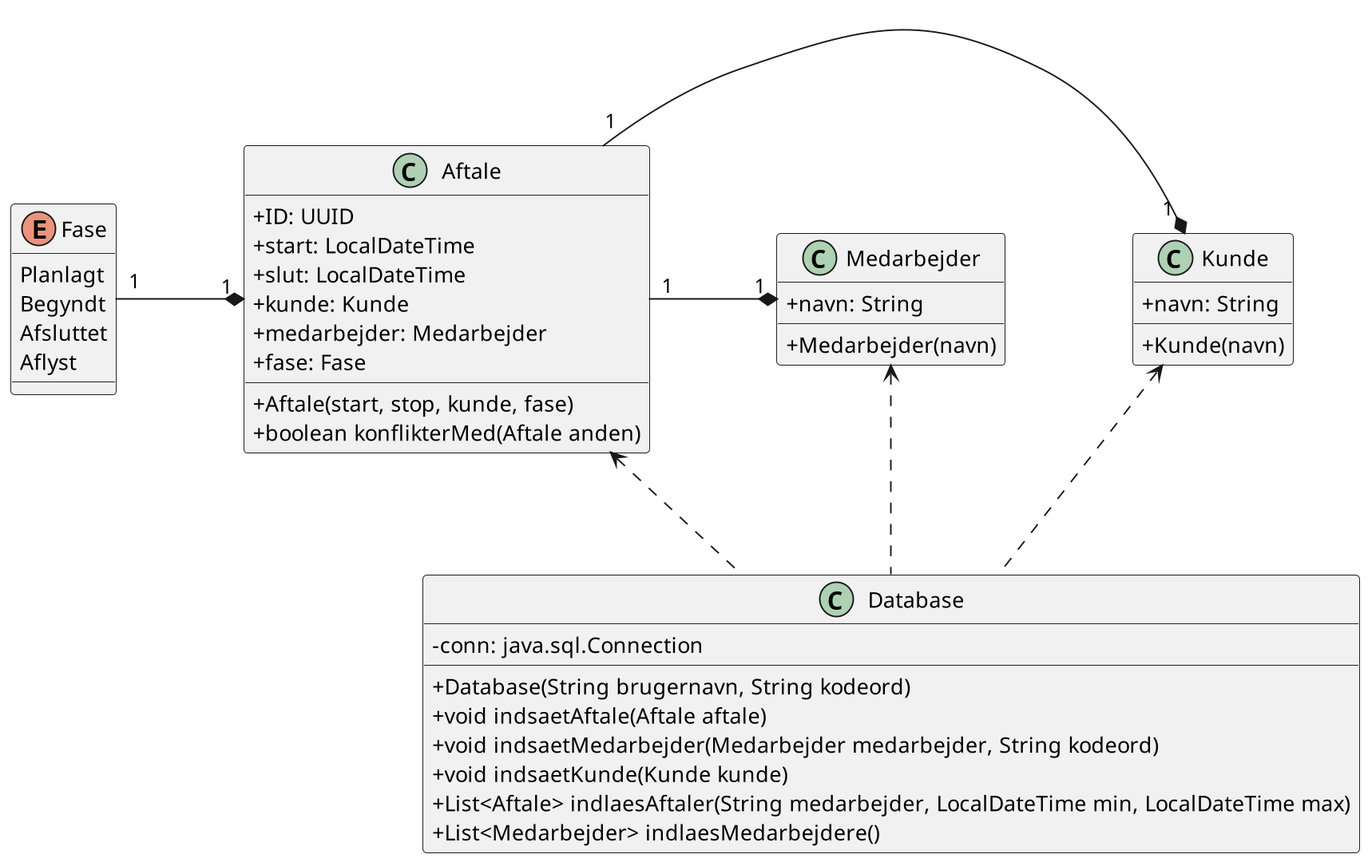
sofush/monika keeps this PlantUML diagram as diagram/class-diagram.png. Above is the earlier version.
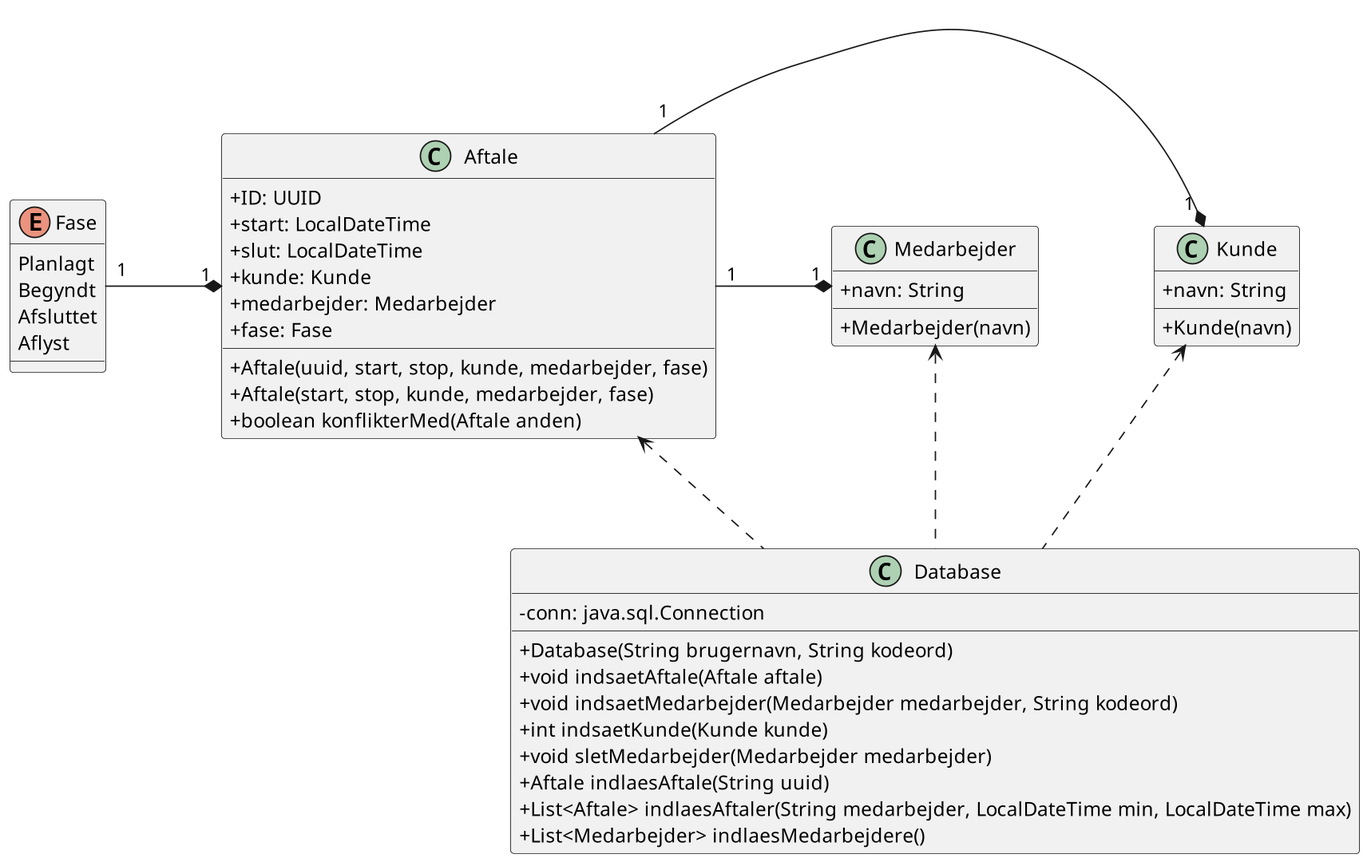
The same diagram one commit later.

Commit message:
chore: opdater klassediagrammet

Diff of the diagram source:
```diff
@@ -16,7 +16,8 @@
 	+ kunde: Kunde
 	+ medarbejder: Medarbejder
 	+ fase: Fase
-	+ Aftale(start, stop, kunde, fase)
+	+ Aftale(uuid, start, stop, kunde, medarbejder, fase)
+	+ Aftale(start, stop, kunde, medarbejder, fase)
 	+ boolean konflikterMed(Aftale anden)
 }
 enum Fase {
@@ -30,7 +31,9 @@
 	+ Database(String brugernavn, String kodeord)
 	+ void indsaetAftale(Aftale aftale)
 	+ void indsaetMedarbejder(Medarbejder medarbejder, String kodeord)
-	+ void indsaetKunde(Kunde kunde)
+	+ int indsaetKunde(Kunde kunde)
+	+ void sletMedarbejder(Medarbejder medarbejder)
+	+ Aftale indlaesAftale(String uuid)
 	+ List<Aftale> indlaesAftaler(String medarbejder, LocalDateTime min, LocalDateTime max)
 	+ List<Medarbejder> indlaesMedarbejdere()
 }
```
